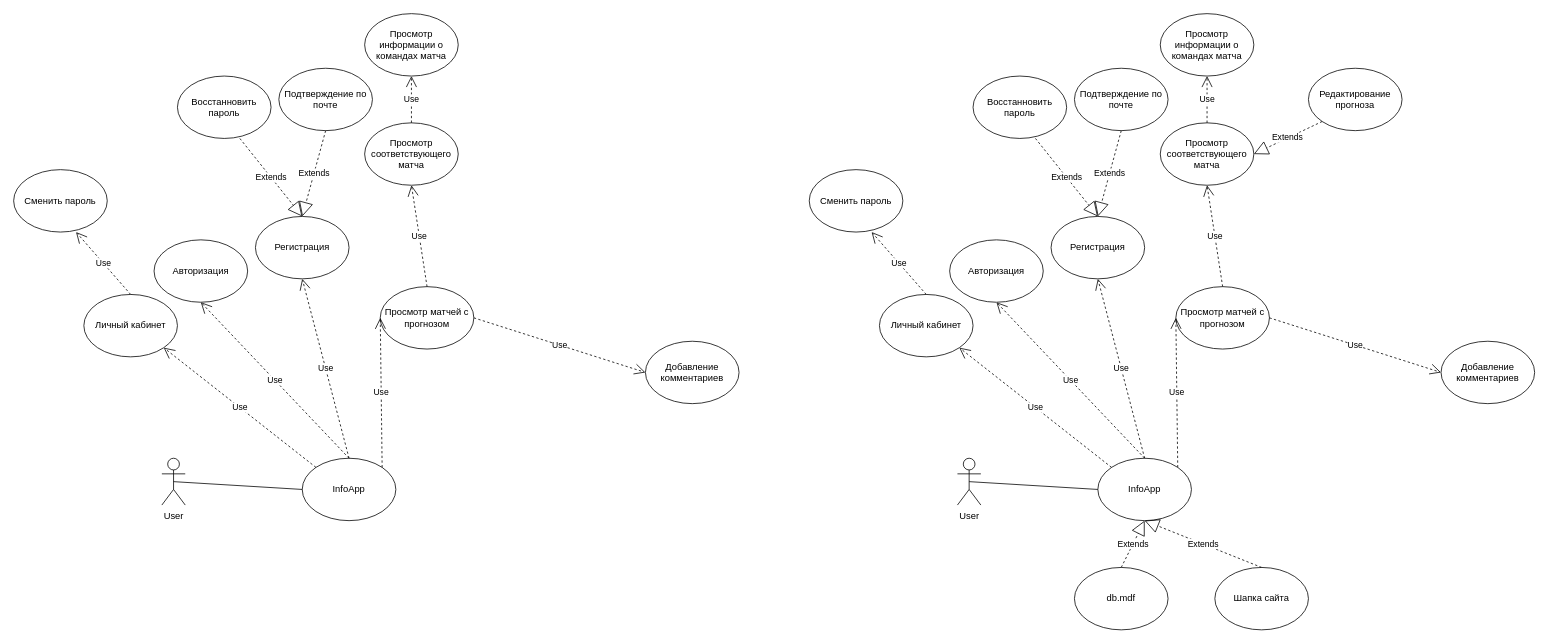
Above: ДВИ ПП.drawio in DarkReduX/Diagrams-for-projects (draw.io), before the change. Source tidied: cells renumbered, new cells numbered last; positions are measured from the earlier drawing's top-left corner, leaving out a move shared by most shapes. Both pictures are drawn from the tidied source at 78%, with x=0, y=0 at pixel (13, 13).
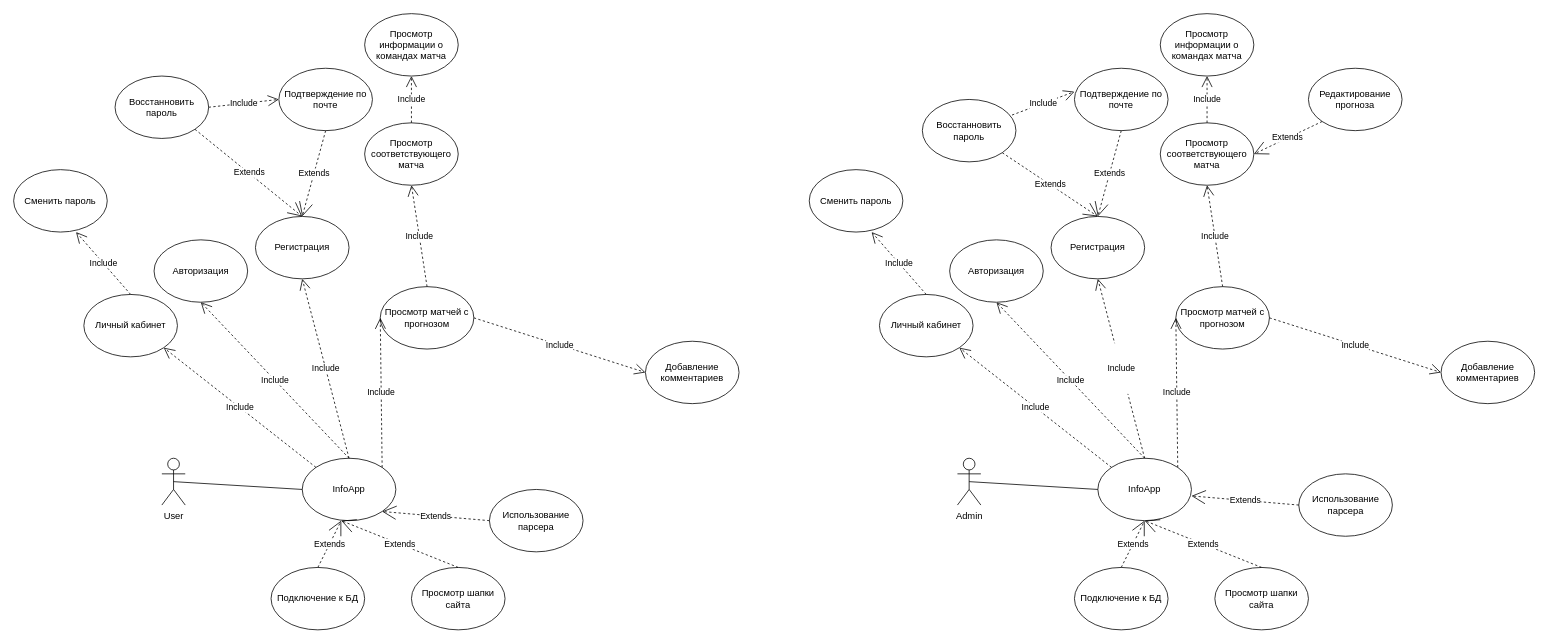
The same diagram, later.

The change refers to these unchanged cells:
```xml
<mxCell id="3" value="InfoApp" style="ellipse;whiteSpace=wrap;html=1;" parent="1" vertex="1">
  <mxGeometry x="370" y="570" width="120" height="80" as="geometry" />
</mxCell>
<mxCell id="6" value="Авторизация&lt;br&gt;" style="ellipse;whiteSpace=wrap;html=1;" parent="1" vertex="1">
  <mxGeometry x="180" y="290" width="120" height="80" as="geometry" />
</mxCell>
<mxCell id="7" value="Регистрация" style="ellipse;whiteSpace=wrap;html=1;" parent="1" vertex="1">
  <mxGeometry x="310" y="260" width="120" height="80" as="geometry" />
</mxCell>
<mxCell id="9" value="Просмотр соответствующего матча" style="ellipse;whiteSpace=wrap;html=1;" parent="1" vertex="1">
  <mxGeometry x="450" y="140" width="120" height="80" as="geometry" />
</mxCell>
<mxCell id="10" value="Подтверждение по почте" style="ellipse;whiteSpace=wrap;html=1;" parent="1" vertex="1">
  <mxGeometry x="340" y="70" width="120" height="80" as="geometry" />
</mxCell>
<mxCell id="12" value="Просмотр матчей с прогнозом" style="ellipse;whiteSpace=wrap;html=1;" parent="1" vertex="1">
  <mxGeometry x="470" y="350" width="120" height="80" as="geometry" />
</mxCell>
<mxCell id="17" value="Просмотр информации о командах матча" style="ellipse;whiteSpace=wrap;html=1;" parent="1" vertex="1">
  <mxGeometry x="450" width="120" height="80" as="geometry" />
</mxCell>
<mxCell id="19" value="Личный кабинет" style="ellipse;whiteSpace=wrap;html=1;" parent="1" vertex="1">
  <mxGeometry x="90" y="360" width="120" height="80" as="geometry" />
</mxCell>
<mxCell id="26" value="InfoApp" style="ellipse;whiteSpace=wrap;html=1;" parent="1" vertex="1">
  <mxGeometry x="1390" y="570" width="120" height="80" as="geometry" />
</mxCell>
<mxCell id="29" value="Авторизация&lt;br&gt;" style="ellipse;whiteSpace=wrap;html=1;" parent="1" vertex="1">
  <mxGeometry x="1200" y="290" width="120" height="80" as="geometry" />
</mxCell>
<mxCell id="30" value="Регистрация" style="ellipse;whiteSpace=wrap;html=1;" parent="1" vertex="1">
  <mxGeometry x="1330" y="260" width="120" height="80" as="geometry" />
</mxCell>
<mxCell id="32" value="Просмотр соответствующего матча" style="ellipse;whiteSpace=wrap;html=1;" parent="1" vertex="1">
  <mxGeometry x="1470" y="140" width="120" height="80" as="geometry" />
</mxCell>
<mxCell id="33" value="Подтверждение по почте" style="ellipse;whiteSpace=wrap;html=1;" parent="1" vertex="1">
  <mxGeometry x="1360" y="70" width="120" height="80" as="geometry" />
</mxCell>
<mxCell id="35" value="Просмотр матчей с прогнозом" style="ellipse;whiteSpace=wrap;html=1;" parent="1" vertex="1">
  <mxGeometry x="1490" y="350" width="120" height="80" as="geometry" />
</mxCell>
<mxCell id="40" value="Просмотр информации о командах матча" style="ellipse;whiteSpace=wrap;html=1;" parent="1" vertex="1">
  <mxGeometry x="1470" width="120" height="80" as="geometry" />
</mxCell>
<mxCell id="42" value="Личный кабинет" style="ellipse;whiteSpace=wrap;html=1;" parent="1" vertex="1">
  <mxGeometry x="1110" y="360" width="120" height="80" as="geometry" />
</mxCell>
<mxCell id="48" value="Редактирование прогноза" style="ellipse;whiteSpace=wrap;html=1;" parent="1" vertex="1">
  <mxGeometry x="1660" y="70" width="120" height="80" as="geometry" />
</mxCell>
```

The edit, as a diff of the source:
```diff
@@
-    <mxCell id="5" value="Use" style="endArrow=open;endSize=12;dashed=1;html=1;exitX=0.5;exitY=0;exitDx=0;exitDy=0;entryX=0.5;entryY=1;entryDx=0;entryDy=0;" parent="1" edge="1" source="3" target="6">
+    <mxCell id="5" value="Include" style="endArrow=open;endSize=12;dashed=1;html=1;exitX=0.5;exitY=0;exitDx=0;exitDy=0;entryX=0.5;entryY=1;entryDx=0;entryDy=0;" parent="1" edge="1" source="3" target="6">
       <mxGeometry relative="1" as="geometry" />
     </mxCell>
@@
-    <mxCell id="8" value="Use" style="endArrow=open;endSize=12;dashed=1;html=1;exitX=0.5;exitY=0;exitDx=0;exitDy=0;entryX=0.5;entryY=1;entryDx=0;entryDy=0;" parent="1" edge="1" source="3" target="7">
+    <mxCell id="8" value="Include" style="endArrow=open;endSize=12;dashed=1;html=1;exitX=0.5;exitY=0;exitDx=0;exitDy=0;entryX=0.5;entryY=1;entryDx=0;entryDy=0;" parent="1" edge="1" source="3" target="7">
       <mxGeometry relative="1" as="geometry" />
     </mxCell>
@@
-    <mxCell id="11" value="Extends" style="endArrow=block;endSize=16;endFill=0;html=1;entryX=0.5;entryY=0;entryDx=0;entryDy=0;exitX=0.5;exitY=1;exitDx=0;exitDy=0;dashed=1;" parent="1" edge="1" source="10" target="7">
+    <mxCell id="11" value="Extends" style="endArrow=open;endSize=16;endFill=0;html=1;entryX=0.5;entryY=0;entryDx=0;entryDy=0;exitX=0.5;exitY=1;exitDx=0;exitDy=0;dashed=1;" parent="1" edge="1" source="10" target="7">
       <mxGeometry relative="1" as="geometry" />
     </mxCell>
@@
-    <mxCell id="13" value="Use" style="endArrow=open;endSize=12;dashed=1;html=1;exitX=1;exitY=0;exitDx=0;exitDy=0;entryX=0;entryY=0.5;entryDx=0;entryDy=0;" parent="1" edge="1" source="3" target="12">
+    <mxCell id="13" value="Include" style="endArrow=open;endSize=12;dashed=1;html=1;exitX=1;exitY=0;exitDx=0;exitDy=0;entryX=0;entryY=0.5;entryDx=0;entryDy=0;" parent="1" edge="1" source="3" target="12">
       <mxGeometry relative="1" as="geometry" />
     </mxCell>
-    <mxCell id="14" value="Use" style="endArrow=open;endSize=12;dashed=1;html=1;exitX=0.5;exitY=0;exitDx=0;exitDy=0;entryX=0.5;entryY=1;entryDx=0;entryDy=0;" parent="1" edge="1" source="12" target="9">
+    <mxCell id="14" value="Include" style="endArrow=open;endSize=12;dashed=1;html=1;exitX=0.5;exitY=0;exitDx=0;exitDy=0;entryX=0.5;entryY=1;entryDx=0;entryDy=0;" parent="1" edge="1" source="12" target="9">
       <mxGeometry relative="1" as="geometry" />
     </mxCell>
-    <mxCell id="15" value="Use" style="endArrow=open;endSize=12;dashed=1;html=1;exitX=1;exitY=0.5;exitDx=0;exitDy=0;" parent="1" edge="1" source="12">
+    <mxCell id="15" value="Include" style="endArrow=open;endSize=12;dashed=1;html=1;exitX=1;exitY=0.5;exitDx=0;exitDy=0;" parent="1" edge="1" source="12">
       <mxGeometry relative="1" as="geometry">
         <mxPoint x="810" y="460" as="targetPoint" />
       </mxGeometry>
     </mxCell>
@@
-    <mxCell id="18" value="Use" style="endArrow=open;endSize=12;dashed=1;html=1;exitX=0.5;exitY=0;exitDx=0;exitDy=0;entryX=0.5;entryY=1;entryDx=0;entryDy=0;" parent="1" edge="1" source="9" target="17">
+    <mxCell id="18" value="Include" style="endArrow=open;endSize=12;dashed=1;html=1;exitX=0.5;exitY=0;exitDx=0;exitDy=0;entryX=0.5;entryY=1;entryDx=0;entryDy=0;" parent="1" edge="1" source="9" target="17">
       <mxGeometry relative="1" as="geometry" />
     </mxCell>
@@
-    <mxCell id="20" value="Use" style="endArrow=open;endSize=12;dashed=1;html=1;exitX=0;exitY=0;exitDx=0;exitDy=0;entryX=1;entryY=1;entryDx=0;entryDy=0;" parent="1" edge="1" source="3" target="19">
+    <mxCell id="20" value="Include" style="endArrow=open;endSize=12;dashed=1;html=1;exitX=0;exitY=0;exitDx=0;exitDy=0;entryX=1;entryY=1;entryDx=0;entryDy=0;" parent="1" edge="1" source="3" target="19">
       <mxGeometry relative="1" as="geometry" />
     </mxCell>
-    <mxCell id="21" value="Use" style="endArrow=open;endSize=12;dashed=1;html=1;exitX=0.5;exitY=0;exitDx=0;exitDy=0;" parent="1" edge="1" source="19">
+    <mxCell id="21" value="Include" style="endArrow=open;endSize=12;dashed=1;html=1;exitX=0.5;exitY=0;exitDx=0;exitDy=0;" parent="1" edge="1" source="19">
       <mxGeometry relative="1" as="geometry">
         <mxPoint x="80" y="280" as="targetPoint" />
       </mxGeometry>
     </mxCell>
@@
-    <mxCell id="23" value="Extends" style="endArrow=block;endSize=16;endFill=0;html=1;entryX=0.5;entryY=0;entryDx=0;entryDy=0;dashed=1;" parent="1" edge="1" target="7">
-      <mxGeometry relative="1" as="geometry">
-        <mxPoint x="290" y="160" as="sourcePoint" />
-      </mxGeometry>
+    <mxCell id="23" value="Extends" style="endArrow=open;endSize=16;endFill=0;html=1;entryX=0.5;entryY=0;entryDx=0;entryDy=0;dashed=1;exitX=1;exitY=1;exitDx=0;exitDy=0;" parent="1" edge="1" source="24" target="7">
+      <mxGeometry relative="1" as="geometry" />
     </mxCell>
     <mxCell id="24" value="Восстанновить пароль" style="ellipse;whiteSpace=wrap;html=1;" parent="1" vertex="1">
-      <mxGeometry x="210" y="80" width="120" height="80" as="geometry" />
+      <mxGeometry x="130" y="80" width="120" height="80" as="geometry" />
     </mxCell>
-    <mxCell id="25" value="User&lt;br&gt;" style="shape=umlActor;verticalLabelPosition=bottom;verticalAlign=top;html=1;outlineConnect=0;" parent="1" vertex="1">
+    <mxCell id="25" value="Admin" style="shape=umlActor;verticalLabelPosition=bottom;verticalAlign=top;html=1;outlineConnect=0;" parent="1" vertex="1">
       <mxGeometry x="1210" y="570" width="30" height="60" as="geometry" />
     </mxCell>
@@
-    <mxCell id="28" value="Use" style="endArrow=open;endSize=12;dashed=1;html=1;exitX=0.5;exitY=0;exitDx=0;exitDy=0;entryX=0.5;entryY=1;entryDx=0;entryDy=0;" parent="1" edge="1" source="26" target="29">
+    <mxCell id="28" value="Include" style="endArrow=open;endSize=12;dashed=1;html=1;exitX=0.5;exitY=0;exitDx=0;exitDy=0;entryX=0.5;entryY=1;entryDx=0;entryDy=0;" parent="1" edge="1" source="26" target="29">
       <mxGeometry relative="1" as="geometry" />
     </mxCell>
@@
-    <mxCell id="31" value="Use" style="endArrow=open;endSize=12;dashed=1;html=1;exitX=0.5;exitY=0;exitDx=0;exitDy=0;entryX=0.5;entryY=1;entryDx=0;entryDy=0;" parent="1" edge="1" source="26" target="30">
+    <mxCell id="31" value="&#10;&#10;&lt;span style=&quot;color: rgb(0, 0, 0); font-family: helvetica; font-size: 11px; font-style: normal; font-weight: 400; letter-spacing: normal; text-align: center; text-indent: 0px; text-transform: none; word-spacing: 0px; background-color: rgb(255, 255, 255); display: inline; float: none;&quot;&gt;Include&lt;/span&gt;&#10;&#10;" style="endArrow=open;endSize=12;dashed=1;html=1;exitX=0.5;exitY=0;exitDx=0;exitDy=0;entryX=0.5;entryY=1;entryDx=0;entryDy=0;" parent="1" edge="1" source="26" target="30">
       <mxGeometry relative="1" as="geometry" />
     </mxCell>
@@
-    <mxCell id="34" value="Extends" style="endArrow=block;endSize=16;endFill=0;html=1;entryX=0.5;entryY=0;entryDx=0;entryDy=0;exitX=0.5;exitY=1;exitDx=0;exitDy=0;dashed=1;" parent="1" edge="1" source="33" target="30">
+    <mxCell id="34" value="Extends" style="endArrow=open;endSize=16;endFill=0;html=1;entryX=0.5;entryY=0;entryDx=0;entryDy=0;exitX=0.5;exitY=1;exitDx=0;exitDy=0;dashed=1;" parent="1" edge="1" source="33" target="30">
       <mxGeometry relative="1" as="geometry" />
     </mxCell>
@@
-    <mxCell id="36" value="Use" style="endArrow=open;endSize=12;dashed=1;html=1;exitX=1;exitY=0;exitDx=0;exitDy=0;entryX=0;entryY=0.5;entryDx=0;entryDy=0;" parent="1" edge="1" source="26" target="35">
+    <mxCell id="36" value="Include" style="endArrow=open;endSize=12;dashed=1;html=1;exitX=1;exitY=0;exitDx=0;exitDy=0;entryX=0;entryY=0.5;entryDx=0;entryDy=0;" parent="1" edge="1" source="26" target="35">
       <mxGeometry relative="1" as="geometry" />
     </mxCell>
-    <mxCell id="37" value="Use" style="endArrow=open;endSize=12;dashed=1;html=1;exitX=0.5;exitY=0;exitDx=0;exitDy=0;entryX=0.5;entryY=1;entryDx=0;entryDy=0;" parent="1" edge="1" source="35" target="32">
+    <mxCell id="37" value="Include" style="endArrow=open;endSize=12;dashed=1;html=1;exitX=0.5;exitY=0;exitDx=0;exitDy=0;entryX=0.5;entryY=1;entryDx=0;entryDy=0;" parent="1" edge="1" source="35" target="32">
       <mxGeometry relative="1" as="geometry" />
     </mxCell>
-    <mxCell id="38" value="Use" style="endArrow=open;endSize=12;dashed=1;html=1;exitX=1;exitY=0.5;exitDx=0;exitDy=0;" parent="1" edge="1" source="35">
+    <mxCell id="38" value="Include" style="endArrow=open;endSize=12;dashed=1;html=1;exitX=1;exitY=0.5;exitDx=0;exitDy=0;" parent="1" edge="1" source="35">
       <mxGeometry relative="1" as="geometry">
         <mxPoint x="1830" y="460" as="targetPoint" />
       </mxGeometry>
     </mxCell>
@@
-    <mxCell id="41" value="Use" style="endArrow=open;endSize=12;dashed=1;html=1;exitX=0.5;exitY=0;exitDx=0;exitDy=0;entryX=0.5;entryY=1;entryDx=0;entryDy=0;" parent="1" edge="1" source="32" target="40">
+    <mxCell id="41" value="Include" style="endArrow=open;endSize=12;dashed=1;html=1;exitX=0.5;exitY=0;exitDx=0;exitDy=0;entryX=0.5;entryY=1;entryDx=0;entryDy=0;" parent="1" edge="1" source="32" target="40">
       <mxGeometry relative="1" as="geometry" />
     </mxCell>
@@
-    <mxCell id="43" value="Use" style="endArrow=open;endSize=12;dashed=1;html=1;exitX=0;exitY=0;exitDx=0;exitDy=0;entryX=1;entryY=1;entryDx=0;entryDy=0;" parent="1" edge="1" source="26" target="42">
+    <mxCell id="43" value="Include" style="endArrow=open;endSize=12;dashed=1;html=1;exitX=0;exitY=0;exitDx=0;exitDy=0;entryX=1;entryY=1;entryDx=0;entryDy=0;" parent="1" edge="1" source="26" target="42">
       <mxGeometry relative="1" as="geometry" />
     </mxCell>
-    <mxCell id="44" value="Use" style="endArrow=open;endSize=12;dashed=1;html=1;exitX=0.5;exitY=0;exitDx=0;exitDy=0;" parent="1" edge="1" source="42">
+    <mxCell id="44" value="Include" style="endArrow=open;endSize=12;dashed=1;html=1;exitX=0.5;exitY=0;exitDx=0;exitDy=0;" parent="1" edge="1" source="42">
       <mxGeometry relative="1" as="geometry">
         <mxPoint x="1100" y="280" as="targetPoint" />
       </mxGeometry>
     </mxCell>
@@
-    <mxCell id="46" value="Extends" style="endArrow=block;endSize=16;endFill=0;html=1;entryX=0.5;entryY=0;entryDx=0;entryDy=0;dashed=1;" parent="1" edge="1" target="30">
-      <mxGeometry relative="1" as="geometry">
-        <mxPoint x="1310" y="160" as="sourcePoint" />
-      </mxGeometry>
+    <mxCell id="46" value="Extends" style="endArrow=open;endSize=16;endFill=0;html=1;entryX=0.5;entryY=0;entryDx=0;entryDy=0;dashed=1;exitX=1;exitY=1;exitDx=0;exitDy=0;" parent="1" edge="1" source="47" target="30">
+      <mxGeometry relative="1" as="geometry" />
     </mxCell>
     <mxCell id="47" value="Восстанновить пароль" style="ellipse;whiteSpace=wrap;html=1;" parent="1" vertex="1">
-      <mxGeometry x="1230" y="80" width="120" height="80" as="geometry" />
+      <mxGeometry x="1165" y="110" width="120" height="80" as="geometry" />
     </mxCell>
@@
-    <mxCell id="49" value="Extends" style="endArrow=block;endSize=16;endFill=0;html=1;entryX=1;entryY=0.5;entryDx=0;entryDy=0;exitX=0;exitY=1;exitDx=0;exitDy=0;dashed=1;" parent="1" edge="1" source="48" target="32">
+    <mxCell id="49" value="Extends" style="endArrow=open;endSize=16;endFill=0;html=1;entryX=1;entryY=0.5;entryDx=0;entryDy=0;exitX=0;exitY=1;exitDx=0;exitDy=0;dashed=1;" parent="1" edge="1" source="48" target="32">
       <mxGeometry relative="1" as="geometry" />
     </mxCell>
-    <mxCell id="50" value="db.mdf" style="ellipse;whiteSpace=wrap;html=1;" parent="1" vertex="1">
+    <mxCell id="50" value="Подключение к БД" style="ellipse;whiteSpace=wrap;html=1;" parent="1" vertex="1">
       <mxGeometry x="1360" y="710" width="120" height="80" as="geometry" />
     </mxCell>
-    <mxCell id="51" value="Extends" style="endArrow=block;endSize=16;endFill=0;html=1;entryX=0.5;entryY=1;entryDx=0;entryDy=0;exitX=0.5;exitY=0;exitDx=0;exitDy=0;dashed=1;" parent="1" edge="1" source="50" target="26">
+    <mxCell id="51" value="Extends" style="endArrow=open;endSize=16;endFill=0;html=1;entryX=0.5;entryY=1;entryDx=0;entryDy=0;exitX=0.5;exitY=0;exitDx=0;exitDy=0;dashed=1;" parent="1" edge="1" source="50" target="26">
       <mxGeometry relative="1" as="geometry" />
     </mxCell>
-    <mxCell id="52" value="Шапка сайта" style="ellipse;whiteSpace=wrap;html=1;" parent="1" vertex="1">
+    <mxCell id="52" value="Просмотр шапки сайта" style="ellipse;whiteSpace=wrap;html=1;" parent="1" vertex="1">
       <mxGeometry x="1540" y="710" width="120" height="80" as="geometry" />
     </mxCell>
-    <mxCell id="53" value="Extends" style="endArrow=block;endSize=16;endFill=0;html=1;entryX=0.5;entryY=1;entryDx=0;entryDy=0;exitX=0.5;exitY=0;exitDx=0;exitDy=0;dashed=1;" parent="1" edge="1" source="52" target="26">
+    <mxCell id="53" value="Extends" style="endArrow=open;endSize=16;endFill=0;html=1;entryX=0.5;entryY=1;entryDx=0;entryDy=0;exitX=0.5;exitY=0;exitDx=0;exitDy=0;dashed=1;" parent="1" edge="1" source="52" target="26">
       <mxGeometry relative="1" as="geometry" />
     </mxCell>
+    <mxCell id="54" value="Подключение к БД" style="ellipse;whiteSpace=wrap;html=1;" parent="1" vertex="1">
+      <mxGeometry x="330" y="710" width="120" height="80" as="geometry" />
+    </mxCell>
+    <mxCell id="55" value="Extends" style="endArrow=open;endSize=16;endFill=0;html=1;entryX=0.5;entryY=1;entryDx=0;entryDy=0;exitX=0.5;exitY=0;exitDx=0;exitDy=0;dashed=1;" parent="1" edge="1" source="54">
+      <mxGeometry relative="1" as="geometry">
+        <mxPoint x="420" y="650" as="targetPoint" />
+      </mxGeometry>
+    </mxCell>
+    <mxCell id="56" value="Просмотр шапки сайта" style="ellipse;whiteSpace=wrap;html=1;" parent="1" vertex="1">
+      <mxGeometry x="510" y="710" width="120" height="80" as="geometry" />
+    </mxCell>
+    <mxCell id="57" value="Extends" style="endArrow=open;endSize=16;endFill=0;html=1;entryX=0.5;entryY=1;entryDx=0;entryDy=0;exitX=0.5;exitY=0;exitDx=0;exitDy=0;dashed=1;" parent="1" edge="1" source="56">
+      <mxGeometry relative="1" as="geometry">
+        <mxPoint x="420" y="650" as="targetPoint" />
+      </mxGeometry>
+    </mxCell>
+    <mxCell id="58" value="&#10;&#10;&lt;span style=&quot;color: rgb(0, 0, 0); font-family: helvetica; font-size: 11px; font-style: normal; font-weight: 400; letter-spacing: normal; text-align: center; text-indent: 0px; text-transform: none; word-spacing: 0px; background-color: rgb(255, 255, 255); display: inline; float: none;&quot;&gt;Include&lt;/span&gt;&#10;&#10;" style="endArrow=open;endSize=12;dashed=1;html=1;exitX=0.958;exitY=0.25;exitDx=0;exitDy=0;entryX=0;entryY=0.375;entryDx=0;entryDy=0;entryPerimeter=0;exitPerimeter=0;" parent="1" edge="1" source="47" target="33">
+      <mxGeometry relative="1" as="geometry" />
+    </mxCell>
+    <mxCell id="59" value="&#10;&#10;&lt;span style=&quot;color: rgb(0, 0, 0); font-family: helvetica; font-size: 11px; font-style: normal; font-weight: 400; letter-spacing: normal; text-align: center; text-indent: 0px; text-transform: none; word-spacing: 0px; background-color: rgb(255, 255, 255); display: inline; float: none;&quot;&gt;Include&lt;/span&gt;&#10;&#10;" style="endArrow=open;endSize=12;dashed=1;html=1;exitX=1;exitY=0.5;exitDx=0;exitDy=0;entryX=0;entryY=0.5;entryDx=0;entryDy=0;" parent="1" edge="1" source="24" target="10">
+      <mxGeometry relative="1" as="geometry" />
+    </mxCell>
+    <mxCell id="60" value="Использование парсера" style="ellipse;whiteSpace=wrap;html=1;" parent="1" vertex="1">
+      <mxGeometry x="610" y="610" width="120" height="80" as="geometry" />
+    </mxCell>
+    <mxCell id="61" value="Extends" style="endArrow=open;endSize=16;endFill=0;html=1;entryX=1;entryY=1;entryDx=0;entryDy=0;exitX=0;exitY=0.5;exitDx=0;exitDy=0;dashed=1;" parent="1" edge="1" source="60" target="3">
+      <mxGeometry relative="1" as="geometry" />
+    </mxCell>
+    <mxCell id="62" value="Использование парсера" style="ellipse;whiteSpace=wrap;html=1;" parent="1" vertex="1">
+      <mxGeometry x="1647.6" y="590" width="120" height="80" as="geometry" />
+    </mxCell>
+    <mxCell id="63" value="Extends" style="endArrow=open;endSize=16;endFill=0;html=1;entryX=1;entryY=1;entryDx=0;entryDy=0;exitX=0;exitY=0.5;exitDx=0;exitDy=0;dashed=1;" parent="1" edge="1" source="62">
+      <mxGeometry relative="1" as="geometry">
+        <mxPoint x="1510" y="618.3" as="targetPoint" />
+      </mxGeometry>
+    </mxCell>
```
